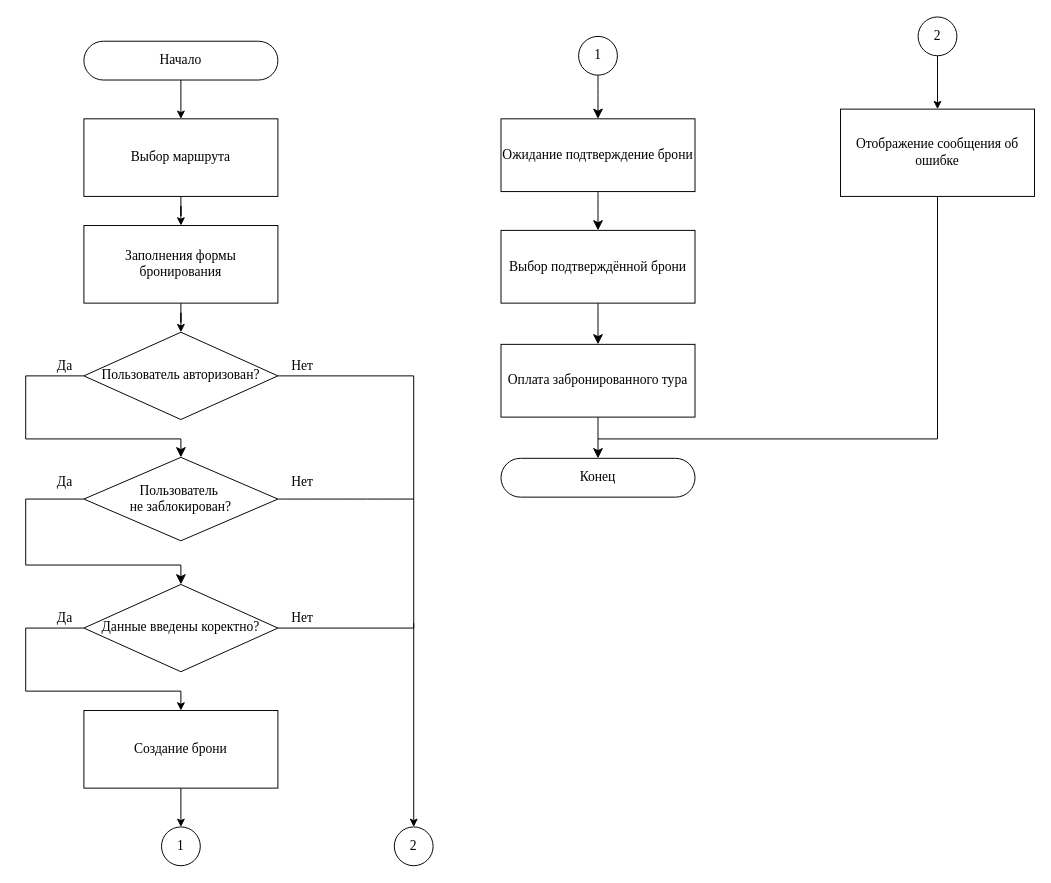
The draw.io diagram Документы на диплом/Графическая часть/drawio/блок-схема.drawio in IlyhaDmi28/WorldTours, before the edit. Source tidied: cells renumbered, new cells numbered last; positions are measured from the earlier drawing's top-left corner, leaving out a move shared by most shapes. Both pictures are drawn from the tidied source at 97%, with x=0, y=0 at pixel (25, 16).
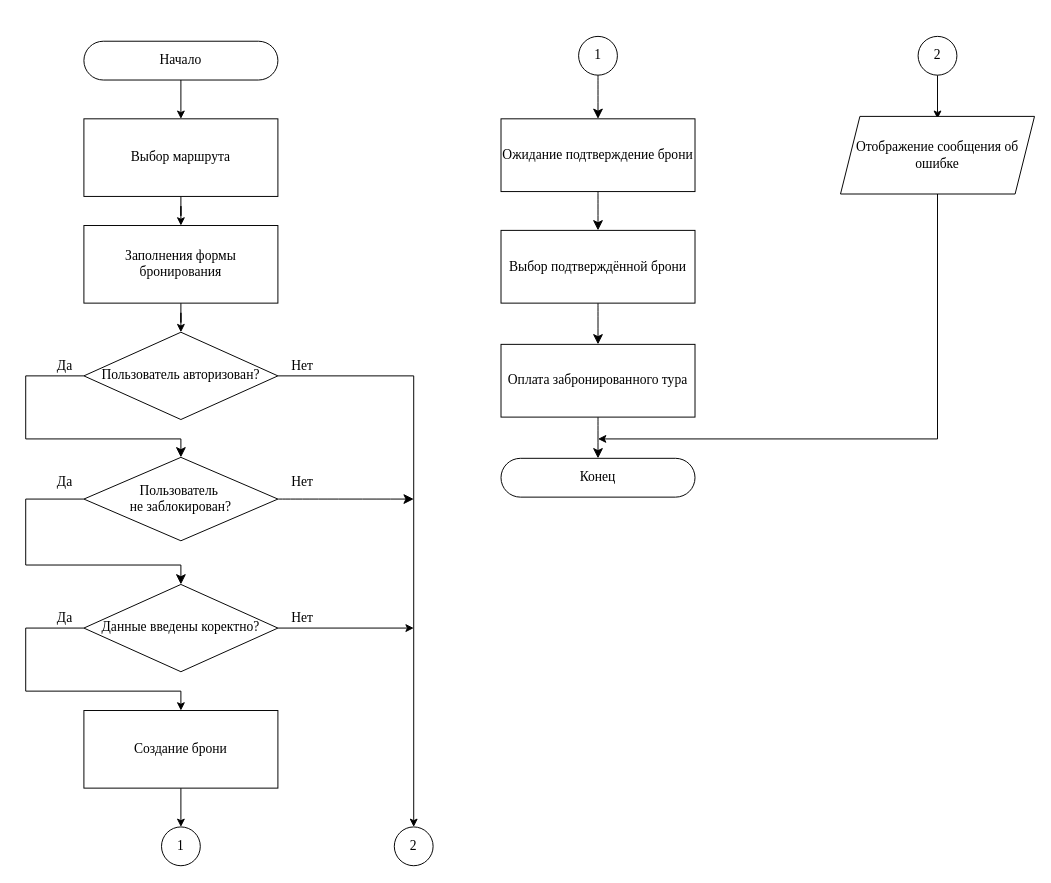
Above is the later version.

The change refers to these unchanged cells:
```xml
<mxCell id="4" value="Данные введены коректно?" style="rhombus;whiteSpace=wrap;html=1;fontFamily=Times New Roman;fontSize=14;" parent="1" vertex="1">
  <mxGeometry x="60" y="585" width="200" height="90" as="geometry" />
</mxCell>
<mxCell id="37" value="Пользователь&amp;nbsp;&lt;div&gt;не заблокирован?&lt;/div&gt;" style="rhombus;whiteSpace=wrap;html=1;fontFamily=Times New Roman;fontSize=14;" parent="1" vertex="1">
  <mxGeometry x="60" y="454" width="200" height="86" as="geometry" />
</mxCell>
```

What changed in the source:
```diff
@@
-    <mxCell id="2" style="edgeStyle=orthogonalEdgeStyle;rounded=0;jettySize=auto;html=1;endArrow=none;startFill=0;" parent="1" edge="1" source="4">
+    <mxCell id="2" style="edgeStyle=orthogonalEdgeStyle;rounded=0;jettySize=auto;html=1;endArrow=classic;startFill=0;endFill=1;" parent="1" edge="1" source="4">
       <mxGeometry relative="1" as="geometry">
-        <mxPoint x="400" y="625" as="targetPoint" />
+        <mxPoint x="400" y="630" as="targetPoint" />
         <Array as="points">
           <mxPoint x="400" y="630" />
         </Array>
       </mxGeometry>
     </mxCell>
@@
-    <mxCell id="13" style="edgeStyle=orthogonalEdgeStyle;rounded=0;jettySize=auto;html=1;endArrow=none;startFill=0;" parent="1" edge="1" source="14">
+    <mxCell id="13" style="edgeStyle=orthogonalEdgeStyle;rounded=0;orthogonalLoop=1;jettySize=auto;html=1;endArrow=classic;startFill=0;endFill=1;" parent="1" edge="1">
       <mxGeometry relative="1" as="geometry">
+        <mxPoint x="940" y="175" as="sourcePoint" />
         <mxPoint x="590" y="435" as="targetPoint" />
         <Array as="points">
           <mxPoint x="940" y="435" />
         </Array>
       </mxGeometry>
     </mxCell>
-    <mxCell id="14" value="Отображение сообщения об ошибке" style="rounded=0;whiteSpace=wrap;html=1;fontFamily=Times New Roman;fontSize=14;" parent="1" vertex="1">
-      <mxGeometry x="840" y="95" width="200" height="90" as="geometry" />
-    </mxCell>
@@
-    <mxCell id="19" style="edgeStyle=orthogonalEdgeStyle;rounded=0;jettySize=auto;html=1;" parent="1" edge="1" source="20" target="14">
-      <mxGeometry relative="1" as="geometry" />
+    <mxCell id="19" style="edgeStyle=orthogonalEdgeStyle;rounded=0;jettySize=auto;html=1;" parent="1" edge="1" source="20">
+      <mxGeometry relative="1" as="geometry">
+        <mxPoint x="940" y="105" as="targetPoint" />
+      </mxGeometry>
     </mxCell>
     <mxCell id="20" value="2" style="ellipse;whiteSpace=wrap;html=1;fontFamily=Times New Roman;fontSize=14;" parent="1" vertex="1">
-      <mxGeometry x="920" width="40" height="40" as="geometry" />
+      <mxGeometry x="920" y="20" width="40" height="40" as="geometry" />
     </mxCell>
@@
-    <mxCell id="36" style="edgeStyle=none;curved=1;rounded=0;jettySize=auto;html=1;fontSize=12;startSize=8;endSize=8;startArrow=none;startFill=0;endArrow=none;" parent="1" edge="1" source="37">
+    <mxCell id="36" style="edgeStyle=none;curved=1;rounded=0;jettySize=auto;html=1;fontSize=12;startSize=8;endSize=8;startArrow=none;startFill=0;endArrow=classic;endFill=1;" parent="1" edge="1" source="37">
       <mxGeometry relative="1" as="geometry">
         <mxPoint x="400" y="497" as="targetPoint" />
       </mxGeometry>
     </mxCell>
@@
+    <mxCell id="14" value="&lt;span style=&quot;font-family: &amp;quot;Times New Roman&amp;quot;; font-size: 14px;&quot;&gt;Отображение сообщения об ошибке&lt;/span&gt;" style="shape=parallelogram;perimeter=parallelogramPerimeter;whiteSpace=wrap;html=1;fixedSize=1;" parent="1" vertex="1">
+      <mxGeometry x="840" y="102.5" width="200" height="80" as="geometry" />
+    </mxCell>
```
